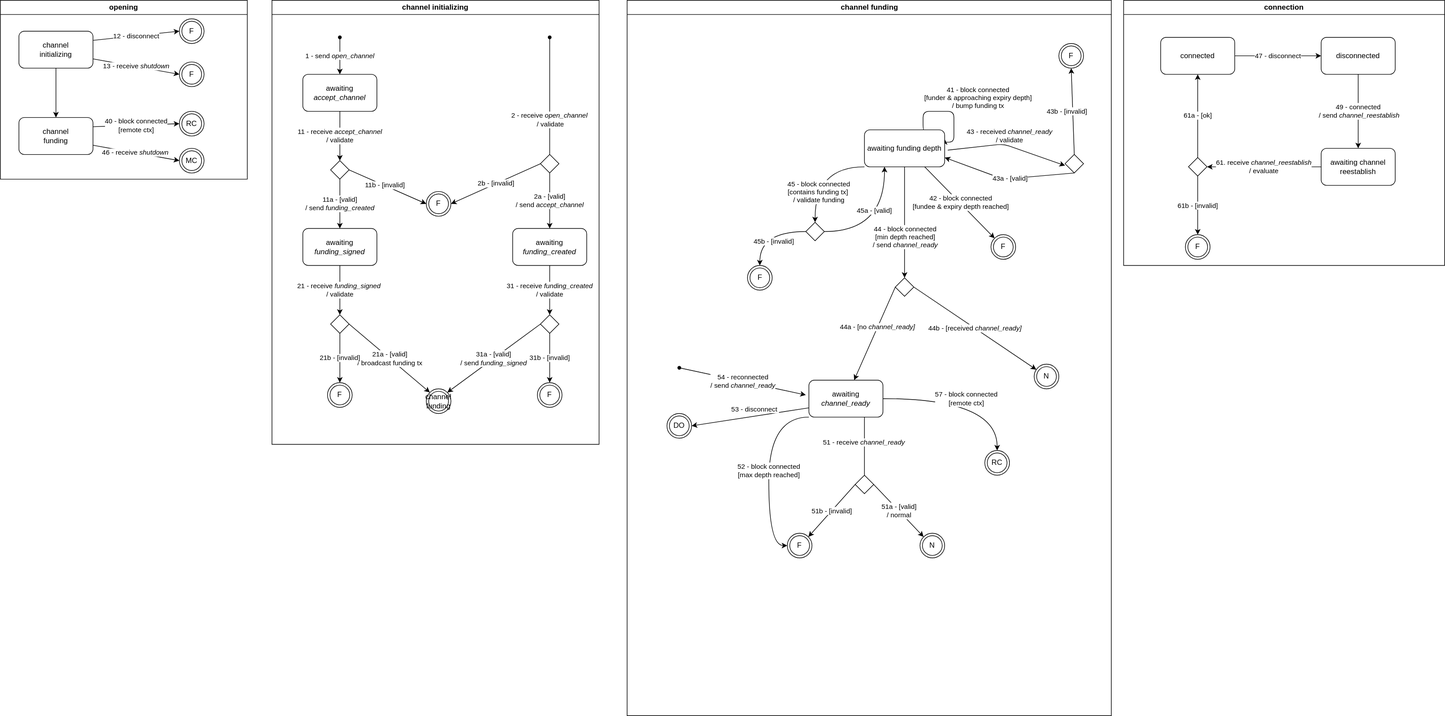
The draw.io diagram docs/ConnectedNested.svg in node-lightning/node-lightning, before a commit. Source tidied: cells renumbered, new cells last; positions are measured from the earlier drawing's top-left corner, leaving out a move shared by most shapes.
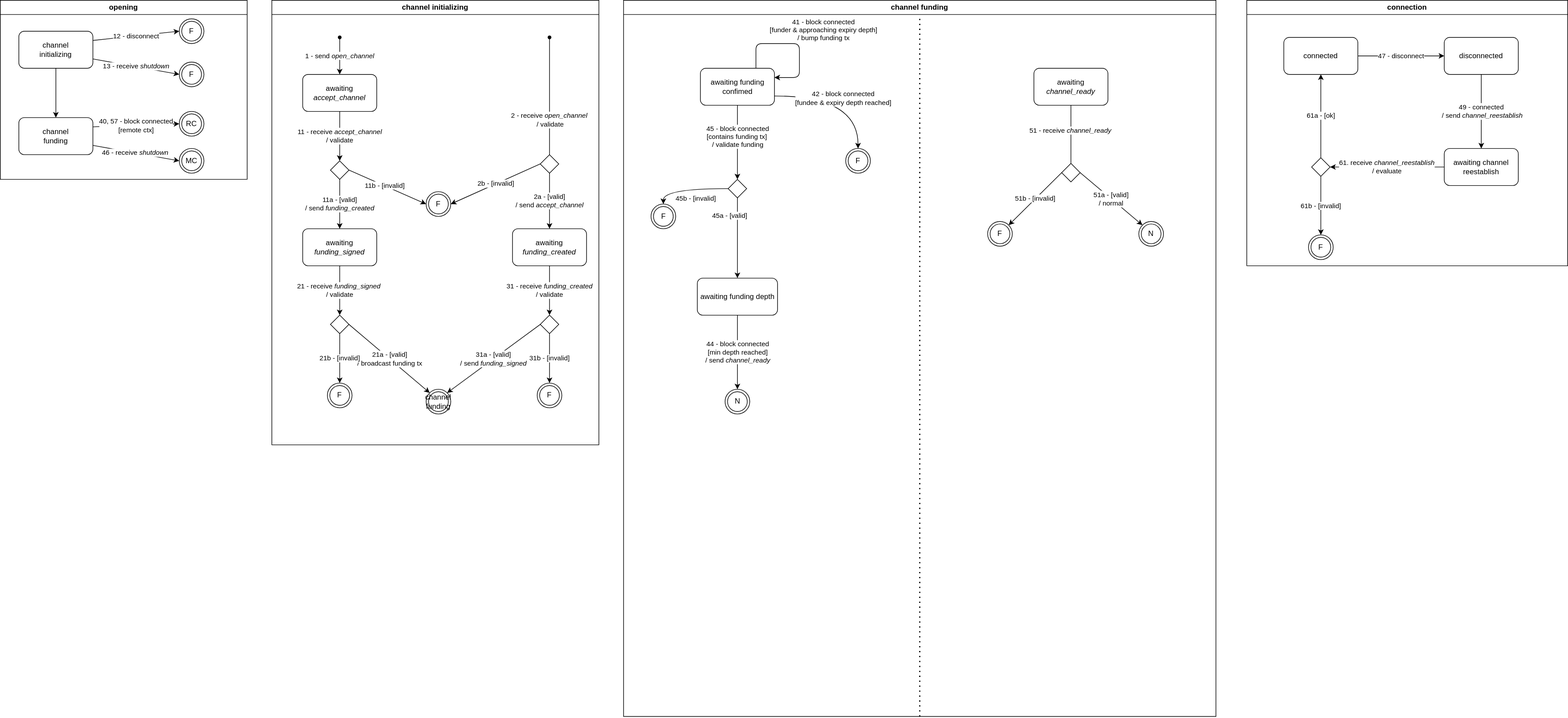
Above is the later version.

Commit message:
docs: updating nested states

Diff of the diagram source:
```diff
@@ -2,12 +2,6 @@
   <root>
     <mxCell id="0" />
     <mxCell id="1" parent="0" />
-    <mxCell id="2" style="edgeStyle=none;orthogonalLoop=1;jettySize=auto;html=1;exitX=0.5;exitY=0;exitDx=0;exitDy=0;" parent="1" edge="1">
-      <mxGeometry relative="1" as="geometry">
-        <mxPoint x="1549.1" y="140" as="sourcePoint" />
-        <mxPoint x="1549.1" y="140" as="targetPoint" />
-      </mxGeometry>
-    </mxCell>
     <mxCell id="3" style="edgeStyle=none;rounded=0;orthogonalLoop=1;jettySize=auto;html=1;endArrow=none;" parent="1" edge="1">
       <mxGeometry relative="1" as="geometry">
         <mxPoint x="1360.5" y="70" as="sourcePoint" />
@@ -29,7 +23,7 @@
     <mxCell id="8" value="channel&lt;br&gt;initializing" style="rounded=1;whiteSpace=wrap;html=1;" parent="4" vertex="1">
       <mxGeometry x="30" y="50" width="120" height="60" as="geometry" />
     </mxCell>
-    <mxCell id="9" value="40 - block connected&lt;br style=&quot;border-color: var(--border-color);&quot;&gt;[remote ctx]" style="edgeStyle=none;rounded=0;jettySize=auto;html=1;exitX=1;exitY=0.25;exitDx=0;exitDy=0;entryX=0;entryY=0.5;entryDx=0;entryDy=0;" parent="4" edge="1" source="11" target="14">
+    <mxCell id="9" value="40, 57 - block connected&lt;br style=&quot;border-color: var(--border-color);&quot;&gt;[remote ctx]" style="edgeStyle=none;rounded=0;jettySize=auto;html=1;exitX=1;exitY=0.25;exitDx=0;exitDy=0;entryX=0;entryY=0.5;entryDx=0;entryDy=0;" parent="4" edge="1" source="11" target="14">
       <mxGeometry relative="1" as="geometry" />
     </mxCell>
     <mxCell id="10" value="46 - receive&amp;nbsp;&lt;i style=&quot;border-color: var(--border-color);&quot;&gt;shutdown&amp;nbsp;&lt;/i&gt;" style="edgeStyle=none;rounded=0;jettySize=auto;html=1;exitX=1;exitY=0.75;exitDx=0;exitDy=0;entryX=0;entryY=0.5;entryDx=0;entryDy=0;" parent="4" edge="1" source="11" target="15">
@@ -140,79 +134,15 @@
       <mxGeometry x="430" y="620" width="40" height="40" as="geometry" />
     </mxCell>
     <mxCell id="45" value="channel funding" style="swimlane;whiteSpace=wrap;html=1;" parent="1" vertex="1">
-      <mxGeometry x="1015.5" width="784.5" height="1160" as="geometry" />
+      <mxGeometry x="1010" width="960" height="1160" as="geometry" />
     </mxCell>
-    <mxCell id="46" style="edgeStyle=orthogonalEdgeStyle;rounded=1;orthogonalLoop=1;jettySize=auto;html=1;exitX=0.75;exitY=0;exitDx=0;exitDy=0;entryX=1;entryY=0.25;entryDx=0;entryDy=0;" parent="45" edge="1" source="48" target="48">
-      <mxGeometry relative="1" as="geometry">
-        <Array as="points">
-          <mxPoint x="479.5" y="210" />
-          <mxPoint x="479.5" y="180" />
-          <mxPoint x="529.5" y="180" />
-          <mxPoint x="529.5" y="230" />
-          <mxPoint x="514.5" y="230" />
-        </Array>
-      </mxGeometry>
-    </mxCell>
-    <mxCell id="47" value="41 - block connected&lt;br&gt;[funder &amp;amp; approaching expiry depth]&lt;br&gt;/ bump funding tx" style="edgeLabel;html=1;align=center;verticalAlign=middle;" parent="46" vertex="1">
-      <mxGeometry x="0.02" y="-1" relative="1" as="geometry">
-        <mxPoint x="44" y="-24" as="offset" />
-      </mxGeometry>
-    </mxCell>
     <mxCell id="48" value="awaiting funding depth" style="whiteSpace=wrap;html=1;rounded=1;" parent="45" vertex="1">
-      <mxGeometry x="384.5" y="210" width="130" height="60" as="geometry" />
+      <mxGeometry x="119.5" y="450" width="130" height="60" as="geometry" />
     </mxCell>
-    <mxCell id="49" value="awaiting &lt;i&gt;channel_ready&lt;/i&gt;" style="whiteSpace=wrap;html=1;rounded=1;" parent="45" vertex="1">
-      <mxGeometry x="294.5" y="615.9" width="120" height="60" as="geometry" />
-    </mxCell>
-    <mxCell id="50" style="rhombus;whiteSpace=wrap;html=1;" parent="45" vertex="1">
-      <mxGeometry x="369.5" y="770" width="30" height="30" as="geometry" />
-    </mxCell>
-    <mxCell id="51" style="edgeStyle=none;jettySize=auto;html=1;exitX=0.75;exitY=1;exitDx=0;exitDy=0;entryX=0.5;entryY=0;entryDx=0;entryDy=0;elbow=vertical;endArrow=none;" parent="45" edge="1" source="49" target="50">
-      <mxGeometry relative="1" as="geometry" />
-    </mxCell>
-    <mxCell id="52" value="51 - receive &lt;i&gt;channel_ready&lt;/i&gt;" style="edgeLabel;html=1;align=center;verticalAlign=middle;" parent="51" vertex="1">
-      <mxGeometry x="-0.13" y="-2" relative="1" as="geometry" />
-    </mxCell>
-    <mxCell id="53" value="F" style="ellipse;shape=doubleEllipse;whiteSpace=wrap;html=1;" parent="45" vertex="1">
-      <mxGeometry x="259.5" y="864.1" width="40" height="40" as="geometry" />
-    </mxCell>
-    <mxCell id="54" value="52 - block connected&lt;br&gt;[max depth reached]" style="edgeStyle=orthogonalEdgeStyle;rounded=0;jettySize=auto;html=1;exitX=0;exitY=1;exitDx=0;exitDy=0;entryX=0;entryY=0.5;entryDx=0;entryDy=0;curved=1;" parent="45" edge="1" source="49" target="53">
-      <mxGeometry relative="1" as="geometry">
-        <Array as="points">
-          <mxPoint x="229.5" y="676" />
-          <mxPoint x="229.5" y="884" />
-        </Array>
-      </mxGeometry>
-    </mxCell>
-    <mxCell id="55" value="51b - [invalid]" style="edgeStyle=none;rounded=0;jettySize=auto;html=1;exitX=0;exitY=0.5;exitDx=0;exitDy=0;entryX=1;entryY=0;entryDx=0;entryDy=0;" parent="45" edge="1" source="50" target="53">
-      <mxGeometry relative="1" as="geometry" />
-    </mxCell>
-    <mxCell id="56" style="rhombus;whiteSpace=wrap;html=1;" parent="45" vertex="1">
-      <mxGeometry x="709.5" y="250" width="30" height="30" as="geometry" />
-    </mxCell>
-    <mxCell id="57" value="43a - [valid]" style="edgeStyle=none;jettySize=auto;html=1;exitX=0.5;exitY=1;exitDx=0;exitDy=0;entryX=1;entryY=0.75;entryDx=0;entryDy=0;elbow=vertical;startArrow=none;" parent="45" edge="1" source="56" target="48">
-      <mxGeometry x="-0.04" relative="1" as="geometry">
-        <Array as="points">
-          <mxPoint x="609.5" y="290" />
-        </Array>
-      </mxGeometry>
-    </mxCell>
-    <mxCell id="58" value="43 - received&amp;nbsp;&lt;i&gt;channel_ready&lt;/i&gt;&lt;br&gt;/ validate" style="orthogonalLoop=1;jettySize=auto;html=1;entryX=0;entryY=0.5;entryDx=0;entryDy=0;elbow=vertical;endArrow=classic;endFill=1;" parent="45" edge="1">
-      <mxGeometry x="-0.03" y="16" relative="1" as="geometry">
-        <mxPoint x="519.5" y="243" as="sourcePoint" />
-        <mxPoint x="709.5" y="268" as="targetPoint" />
-        <Array as="points">
-          <mxPoint x="609.5" y="233" />
-        </Array>
-      </mxGeometry>
-    </mxCell>
-    <mxCell id="59" style="edgeStyle=none;rounded=0;orthogonalLoop=1;jettySize=auto;html=1;exitX=0.5;exitY=1;exitDx=0;exitDy=0;" parent="45" edge="1" source="53" target="53">
-      <mxGeometry relative="1" as="geometry" />
-    </mxCell>
     <mxCell id="60" value="F" style="ellipse;shape=doubleEllipse;whiteSpace=wrap;html=1;" parent="45" vertex="1">
-      <mxGeometry x="589.5" y="380" width="40" height="40" as="geometry" />
+      <mxGeometry x="360" y="240" width="40" height="40" as="geometry" />
     </mxCell>
-    <mxCell id="61" style="jettySize=auto;html=1;exitX=0.75;exitY=1;exitDx=0;exitDy=0;elbow=vertical;entryX=0;entryY=0;entryDx=0;entryDy=0;" parent="45" edge="1" source="48" target="60">
+    <mxCell id="61" style="jettySize=auto;html=1;exitX=1;exitY=0.75;exitDx=0;exitDy=0;elbow=vertical;entryX=0.5;entryY=0;entryDx=0;entryDy=0;edgeStyle=orthogonalEdgeStyle;curved=1;" parent="45" edge="1" source="100" target="60">
       <mxGeometry relative="1" as="geometry" />
     </mxCell>
     <mxCell id="62" value="42 - block connected &lt;br&gt;[fundee &amp;amp; expiry depth reached]" style="edgeLabel;html=1;align=center;verticalAlign=middle;" parent="61" vertex="1">
@@ -220,49 +150,12 @@
         <mxPoint x="6" y="1" as="offset" />
       </mxGeometry>
     </mxCell>
-    <mxCell id="63" value="DO" style="ellipse;shape=doubleEllipse;whiteSpace=wrap;html=1;" parent="45" vertex="1">
-      <mxGeometry x="64.5" y="670" width="40" height="40" as="geometry" />
-    </mxCell>
-    <mxCell id="64" style="edgeStyle=none;jettySize=auto;html=1;exitX=0;exitY=0.75;exitDx=0;exitDy=0;entryX=1;entryY=0.5;entryDx=0;entryDy=0;elbow=vertical;" parent="45" edge="1" source="49" target="63">
-      <mxGeometry relative="1" as="geometry" />
-    </mxCell>
-    <mxCell id="65" value="53 - disconnect&amp;nbsp;" style="edgeLabel;html=1;align=center;verticalAlign=middle;" parent="64" vertex="1">
-      <mxGeometry x="0.15" y="-2" relative="1" as="geometry">
-        <mxPoint x="22" y="-13" as="offset" />
-      </mxGeometry>
-    </mxCell>
-    <mxCell id="66" value="N" style="ellipse;shape=doubleEllipse;whiteSpace=wrap;html=1;" parent="45" vertex="1">
-      <mxGeometry x="659.5" y="590" width="40" height="40" as="geometry" />
-    </mxCell>
-    <mxCell id="67" style="edgeStyle=none;rounded=0;jettySize=auto;html=1;exitX=0;exitY=0.5;exitDx=0;exitDy=0;" parent="45" edge="1" source="69" target="49">
-      <mxGeometry relative="1" as="geometry" />
-    </mxCell>
-    <mxCell id="68" value="44a - [no&amp;nbsp;&lt;i&gt;channel_ready]&lt;/i&gt;&lt;i&gt;&lt;br&gt;&lt;/i&gt;" style="edgeLabel;html=1;align=center;verticalAlign=middle;" parent="67" vertex="1">
-      <mxGeometry x="-0.14" y="-1" relative="1" as="geometry" />
-    </mxCell>
-    <mxCell id="69" style="rhombus;whiteSpace=wrap;html=1;" parent="45" vertex="1">
-      <mxGeometry x="434.5" y="450" width="30" height="30" as="geometry" />
-    </mxCell>
-    <mxCell id="70" style="edgeStyle=none;rounded=0;jettySize=auto;html=1;exitX=0.5;exitY=1;exitDx=0;exitDy=0;entryX=0.5;entryY=0;entryDx=0;entryDy=0;" parent="45" edge="1" source="48" target="69">
-      <mxGeometry relative="1" as="geometry" />
+    <mxCell id="70" value="44 - block connected&lt;br style=&quot;border-color: var(--border-color);&quot;&gt;[min depth reached]&lt;br style=&quot;border-color: var(--border-color);&quot;&gt;/ send&amp;nbsp;&lt;i style=&quot;border-color: var(--border-color);&quot;&gt;channel_ready&lt;/i&gt;" style="edgeStyle=none;rounded=0;jettySize=auto;html=1;exitX=0.5;exitY=1;exitDx=0;exitDy=0;entryX=0.5;entryY=0;entryDx=0;entryDy=0;" parent="45" edge="1" source="48">
+      <mxGeometry relative="1" as="geometry">
+        <mxPoint x="184.5" y="630" as="targetPoint" />
+      </mxGeometry>
     </mxCell>
-    <mxCell id="71" value="44 - block connected&lt;br&gt;[min depth reached]&lt;br&gt;/ send &lt;i&gt;channel_ready&lt;/i&gt;" style="edgeLabel;html=1;align=center;verticalAlign=middle;" parent="70" vertex="1">
-      <mxGeometry x="0.12" relative="1" as="geometry">
-        <mxPoint y="12" as="offset" />
-      </mxGeometry>
-    </mxCell>
-    <mxCell id="72" value="44b - [received &lt;i&gt;channel_ready]&lt;/i&gt;" style="rounded=0;jettySize=auto;html=1;exitX=1;exitY=0.5;exitDx=0;exitDy=0;" parent="45" edge="1" source="69" target="66">
-      <mxGeometry relative="1" as="geometry" />
-    </mxCell>
-    <mxCell id="73" value="54 - reconnected&lt;br&gt;/ send &lt;i&gt;channel_ready&lt;/i&gt;" style="edgeStyle=none;rounded=0;jettySize=auto;html=1;" parent="45" edge="1" source="74">
-      <mxGeometry relative="1" as="geometry">
-        <mxPoint x="289.5" y="640" as="targetPoint" />
-      </mxGeometry>
-    </mxCell>
-    <mxCell id="74" style="shape=waypoint;sketch=0;fillStyle=solid;size=6;points=[];fillColor=none;perimeter=centerPerimeter;snapToPoint=1;" parent="45" vertex="1">
-      <mxGeometry x="64.5" y="575.9" width="40" height="40" as="geometry" />
-    </mxCell>
-    <mxCell id="75" style="edgeStyle=orthogonalEdgeStyle;rounded=0;jettySize=auto;html=1;entryX=0.25;entryY=1;entryDx=0;entryDy=0;exitX=1;exitY=0.5;exitDx=0;exitDy=0;curved=1;" parent="45" edge="1" source="77" target="48">
+    <mxCell id="75" style="rounded=0;jettySize=auto;html=1;entryX=0.5;entryY=0;entryDx=0;entryDy=0;exitX=0.5;exitY=1;exitDx=0;exitDy=0;" parent="45" edge="1" source="77" target="48">
       <mxGeometry relative="1" as="geometry" />
     </mxCell>
     <mxCell id="76" value="45a - [valid]" style="edgeLabel;html=1;align=center;verticalAlign=middle;" parent="75" vertex="1">
@@ -271,28 +164,18 @@
       </mxGeometry>
     </mxCell>
     <mxCell id="77" style="rhombus;whiteSpace=wrap;html=1;" parent="45" vertex="1">
-      <mxGeometry x="289.5" y="360" width="30" height="30" as="geometry" />
+      <mxGeometry x="169.5" y="290" width="30" height="30" as="geometry" />
     </mxCell>
-    <mxCell id="78" style="edgeStyle=orthogonalEdgeStyle;jettySize=auto;html=1;elbow=vertical;exitX=0;exitY=1;exitDx=0;exitDy=0;entryX=0.5;entryY=0;entryDx=0;entryDy=0;curved=1;" parent="45" edge="1" source="48" target="77">
-      <mxGeometry relative="1" as="geometry">
-        <Array as="points">
-          <mxPoint x="304.5" y="270" />
-        </Array>
-      </mxGeometry>
+    <mxCell id="78" style="jettySize=auto;html=1;elbow=vertical;exitX=0.5;exitY=1;exitDx=0;exitDy=0;entryX=0.5;entryY=0;entryDx=0;entryDy=0;" parent="45" edge="1" source="100" target="77">
+      <mxGeometry relative="1" as="geometry" />
     </mxCell>
     <mxCell id="79" value="45 - block connected &lt;br&gt;[contains funding tx]&amp;nbsp;&lt;br&gt;/ validate funding" style="edgeLabel;html=1;align=center;verticalAlign=middle;" parent="78" vertex="1">
       <mxGeometry x="-0.25" y="-2" relative="1" as="geometry">
-        <mxPoint x="-11" y="42" as="offset" />
+        <mxPoint x="2" y="5" as="offset" />
       </mxGeometry>
     </mxCell>
-    <mxCell id="80" value="F" style="ellipse;shape=doubleEllipse;whiteSpace=wrap;html=1;" parent="45" vertex="1">
-      <mxGeometry x="699.5" y="70" width="40" height="40" as="geometry" />
-    </mxCell>
-    <mxCell id="81" value="43b - [invalid]" style="rounded=0;jettySize=auto;html=1;exitX=0.5;exitY=0;exitDx=0;exitDy=0;entryX=0.5;entryY=1;entryDx=0;entryDy=0;" parent="45" edge="1" source="56" target="80">
-      <mxGeometry y="10" relative="1" as="geometry" />
-    </mxCell>
     <mxCell id="82" value="F" style="ellipse;shape=doubleEllipse;whiteSpace=wrap;html=1;" parent="45" vertex="1">
-      <mxGeometry x="195" y="430" width="40" height="40" as="geometry" />
+      <mxGeometry x="44.5" y="330" width="40" height="40" as="geometry" />
     </mxCell>
     <mxCell id="83" style="rounded=0;jettySize=auto;html=1;exitX=0;exitY=0.5;exitDx=0;exitDy=0;entryX=0.5;entryY=0;entryDx=0;entryDy=0;edgeStyle=orthogonalEdgeStyle;curved=1;" parent="45" edge="1" source="77" target="82">
       <mxGeometry relative="1" as="geometry" />
@@ -302,20 +185,55 @@
         <mxPoint y="11" as="offset" />
       </mxGeometry>
     </mxCell>
-    <mxCell id="85" value="N" style="ellipse;shape=doubleEllipse;whiteSpace=wrap;html=1;" parent="45" vertex="1">
-      <mxGeometry x="474.5" y="864.1" width="40" height="40" as="geometry" />
-    </mxCell>
+    <mxCell id="100" value="awaiting funding confimed" style="rounded=1;whiteSpace=wrap;html=1;" parent="45" vertex="1">
+      <mxGeometry x="124.5" y="110" width="120" height="60" as="geometry" />
+    </mxCell>
+    <mxCell id="101" style="rounded=1;orthogonalLoop=1;jettySize=auto;html=1;entryX=1;entryY=0.25;entryDx=0;entryDy=0;edgeStyle=orthogonalEdgeStyle;exitX=0.75;exitY=0;exitDx=0;exitDy=0;" parent="45" edge="1" source="100" target="100">
+      <mxGeometry relative="1" as="geometry">
+        <Array as="points">
+          <mxPoint x="215" y="70" />
+          <mxPoint x="285" y="70" />
+          <mxPoint x="285" y="125" />
+        </Array>
+      </mxGeometry>
+    </mxCell>
+    <mxCell id="47" value="41 - block connected&lt;br&gt;[funder &amp;amp; approaching expiry depth]&lt;br&gt;/ bump funding tx" style="edgeLabel;html=1;align=center;verticalAlign=middle;" parent="101" vertex="1">
+      <mxGeometry x="0.02" y="-1" relative="1" as="geometry">
+        <mxPoint x="44" y="-24" as="offset" />
+      </mxGeometry>
+    </mxCell>
+    <mxCell id="49" value="awaiting &lt;i&gt;channel_ready&lt;/i&gt;" style="whiteSpace=wrap;html=1;rounded=1;" parent="45" vertex="1">
+      <mxGeometry x="665" y="110" width="120" height="60" as="geometry" />
+    </mxCell>
+    <mxCell id="102" style="rhombus;whiteSpace=wrap;html=1;" parent="45" vertex="1">
+      <mxGeometry x="710" y="264.1" width="30" height="30" as="geometry" />
+    </mxCell>
+    <mxCell id="103" style="edgeStyle=none;jettySize=auto;html=1;elbow=vertical;endArrow=none;entryX=0.5;entryY=0;entryDx=0;entryDy=0;" parent="45" edge="1" source="49" target="102">
+      <mxGeometry relative="1" as="geometry" />
+    </mxCell>
+    <mxCell id="52" value="51 - receive &lt;i&gt;channel_ready&lt;/i&gt;" style="edgeLabel;html=1;align=center;verticalAlign=middle;" parent="103" vertex="1">
+      <mxGeometry x="-0.13" y="-2" relative="1" as="geometry" />
+    </mxCell>
+    <mxCell id="104" value="F" style="ellipse;shape=doubleEllipse;whiteSpace=wrap;html=1;" parent="45" vertex="1">
+      <mxGeometry x="590" y="358.3" width="40" height="40" as="geometry" />
+    </mxCell>
+    <mxCell id="55" value="51b - [invalid]" style="edgeStyle=none;rounded=0;jettySize=auto;html=1;exitX=0;exitY=0.5;exitDx=0;exitDy=0;entryX=1;entryY=0;entryDx=0;entryDy=0;" parent="45" edge="1" source="102" target="104">
+      <mxGeometry relative="1" as="geometry" />
+    </mxCell>
+    <mxCell id="105" style="edgeStyle=none;rounded=0;orthogonalLoop=1;jettySize=auto;html=1;exitX=0.5;exitY=1;exitDx=0;exitDy=0;" parent="45" edge="1" source="104" target="104">
+      <mxGeometry relative="1" as="geometry" />
+    </mxCell>
+    <mxCell id="106" value="N" style="ellipse;shape=doubleEllipse;whiteSpace=wrap;html=1;" parent="45" vertex="1">
+      <mxGeometry x="835" y="358.3" width="40" height="40" as="geometry" />
+    </mxCell>
-    <mxCell id="86" value="51a - [valid]&lt;br&gt;/ normal" style="edgeStyle=none;jettySize=auto;html=1;exitX=1;exitY=0.5;exitDx=0;exitDy=0;entryX=0;entryY=0;entryDx=0;entryDy=0;elbow=vertical;startArrow=none;" parent="45" edge="1" source="50" target="85">
+    <mxCell id="86" value="51a - [valid]&lt;br&gt;/ normal" style="edgeStyle=none;jettySize=auto;html=1;exitX=1;exitY=0.5;exitDx=0;exitDy=0;entryX=0;entryY=0;entryDx=0;entryDy=0;elbow=vertical;startArrow=none;" parent="45" edge="1" source="102" target="106">
       <mxGeometry relative="1" as="geometry" />
     </mxCell>
-    <mxCell id="87" value="RC" style="ellipse;shape=doubleEllipse;whiteSpace=wrap;html=1;" parent="45" vertex="1">
-      <mxGeometry x="579.5" y="730" width="40" height="40" as="geometry" />
-    </mxCell>
-    <mxCell id="88" value="57 - block connected&lt;br&gt;[remote ctx]" style="rounded=0;jettySize=auto;html=1;exitX=1;exitY=0.5;exitDx=0;exitDy=0;entryX=0.5;entryY=0;entryDx=0;entryDy=0;edgeStyle=orthogonalEdgeStyle;curved=1;" parent="45" edge="1" source="49" target="87">
-      <mxGeometry relative="1" as="geometry" />
-    </mxCell>
+    <mxCell id="107" value="N" style="ellipse;shape=doubleEllipse;whiteSpace=wrap;html=1;" parent="45" vertex="1">
+      <mxGeometry x="164.5" y="630" width="40" height="40" as="geometry" />
+    </mxCell>
     <mxCell id="89" value="connection" style="swimlane;whiteSpace=wrap;html=1;" parent="1" vertex="1">
-      <mxGeometry x="1820" width="520" height="430" as="geometry" />
+      <mxGeometry x="2020" width="520" height="430" as="geometry" />
     </mxCell>
     <mxCell id="90" value="47 - disconnect" style="edgeStyle=none;rounded=0;jettySize=auto;html=1;exitX=1;exitY=0.5;exitDx=0;exitDy=0;entryX=0;entryY=0.5;entryDx=0;entryDy=0;" parent="89" edge="1" source="91" target="93">
       <mxGeometry relative="1" as="geometry" />
@@ -347,5 +265,10 @@
     <mxCell id="99" value="F" style="ellipse;shape=doubleEllipse;whiteSpace=wrap;html=1;" parent="89" vertex="1">
       <mxGeometry x="100" y="380" width="40" height="40" as="geometry" />
     </mxCell>
+    <mxCell id="108" style="endArrow=none;dashed=1;html=1;dashPattern=1 3;strokeWidth=2;rounded=0;exitX=0.5;exitY=1;exitDx=0;exitDy=0;" parent="1" edge="1" source="45">
+      <mxGeometry relative="1" as="geometry">
+        <mxPoint x="1490" y="30" as="targetPoint" />
+      </mxGeometry>
+    </mxCell>
   </root>
 </mxGraphModel>
```
